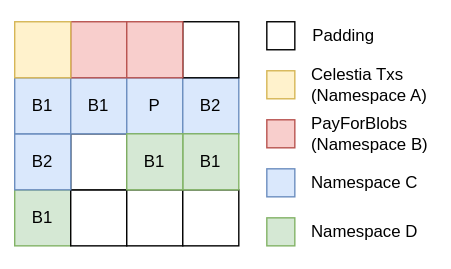
Above: specs/src/specs/figures/square_layout.svg in celestiaorg/celestia-app (draw.io), before the change. Source tidied: cells renumbered, new cells last; positions are measured from the earlier drawing's top-left corner, leaving out a move shared by most shapes.
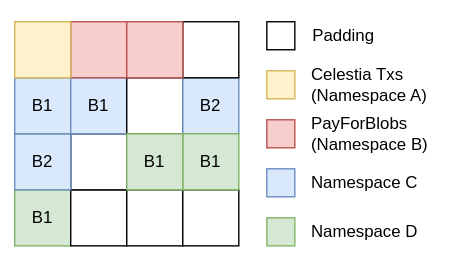
The same file after the commit.

Commit message:
modify square layout svg

Change to the diagram source:
```diff
@@ -26,7 +26,7 @@
     <mxCell id="9" style="whiteSpace=wrap;html=1;fillColor=#fff2cc;strokeColor=#d6b656;" parent="1" vertex="1">
       <mxGeometry y="5" width="40" height="40" as="geometry" />
     </mxCell>
-    <mxCell id="10" style="whiteSpace=wrap;html=1;fillColor=#dae8fc;strokeColor=#6c8ebf;" parent="1" vertex="1">
+    <mxCell id="10" style="whiteSpace=wrap;html=1;" parent="1" vertex="1">
       <mxGeometry x="80" y="45" width="40" height="40" as="geometry" />
     </mxCell>
     <mxCell id="11" style="whiteSpace=wrap;html=1;fillColor=#dae8fc;strokeColor=#6c8ebf;" parent="1" vertex="1">
@@ -101,8 +101,5 @@
     <mxCell id="34" value="B1" style="text;html=1;strokeColor=none;fillColor=none;align=center;verticalAlign=middle;whiteSpace=wrap;rounded=0;" parent="1" vertex="1">
       <mxGeometry x="10" y="130" width="20" height="30" as="geometry" />
     </mxCell>
-    <mxCell id="35" value="P" style="text;html=1;strokeColor=none;fillColor=none;align=center;verticalAlign=middle;whiteSpace=wrap;rounded=0;" parent="1" vertex="1">
-      <mxGeometry x="90" y="50" width="20" height="30" as="geometry" />
-    </mxCell>
   </root>
 </mxGraphModel>
```
